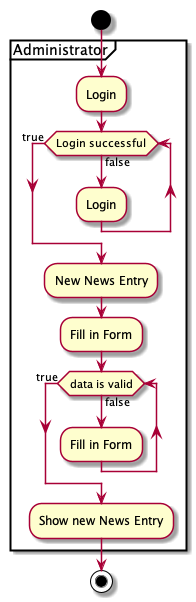
Above: UMLDiagrams/administratorCreatesNewsEntry.png in bettinerwiener/sepm-groupphase (PlantUML), before the change. Its diagram source:
```plantuml
@startuml

start
partition Administrator {
:Login;
while (Login successful) is (false)
:Login;
endwhile (true)
:New News Entry;
:Fill in Form;
while (data is valid) is (false)
:Fill in Form;
endwhile (true)
:Show new News Entry;
}
stop
@enduml
```
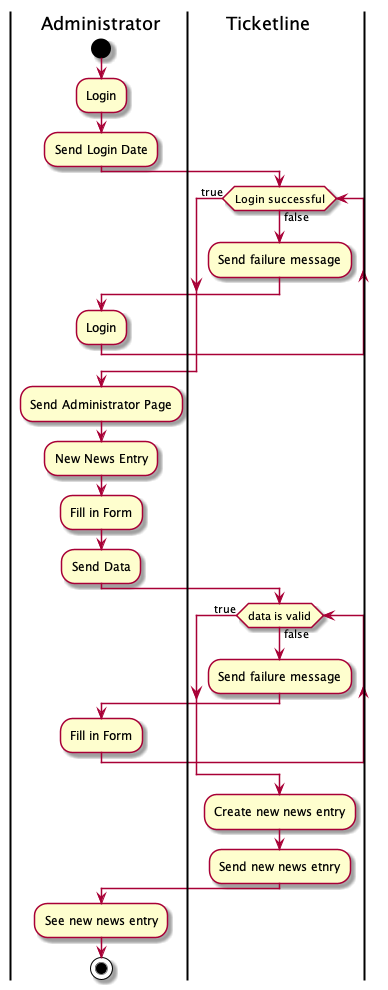
The same file after the commit.

Commit message:
updated admin creates news entry scenario to reflect the server side

What changed in the source:
```diff
@@ -1,17 +1,29 @@
 @startuml
-
+|Administrator|
 start
-partition Administrator {
 :Login;
+:Send Login Date;
+|Ticketline|
 while (Login successful) is (false)
+:Send failure message;
+|Administrator|
 :Login;
 endwhile (true)
+:Send Administrator Page;
+|Administrator|
 :New News Entry;
 :Fill in Form;
+:Send Data;
+|Ticketline|
 while (data is valid) is (false)
+:Send failure message;
+|Administrator|
 :Fill in Form;
 endwhile (true)
-:Show new News Entry;
-}
+|Ticketline|
+:Create new news entry;
+:Send new news etnry;
+|Administrator|
+:See new news entry;
 stop
 @enduml
```
